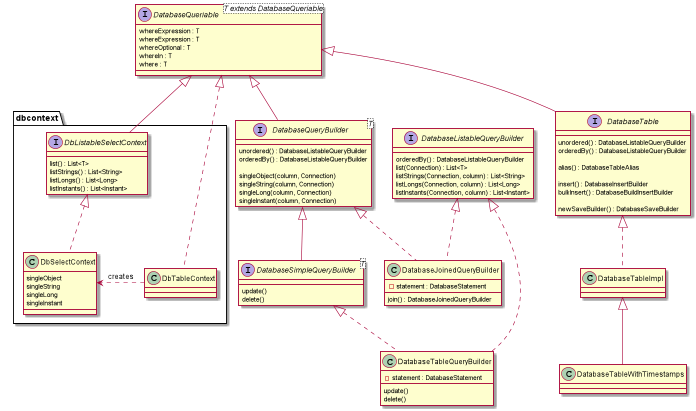
This is doc/classes.png from jhannes/fluent-jdbc, a PlantUML export, as it was before one commit.
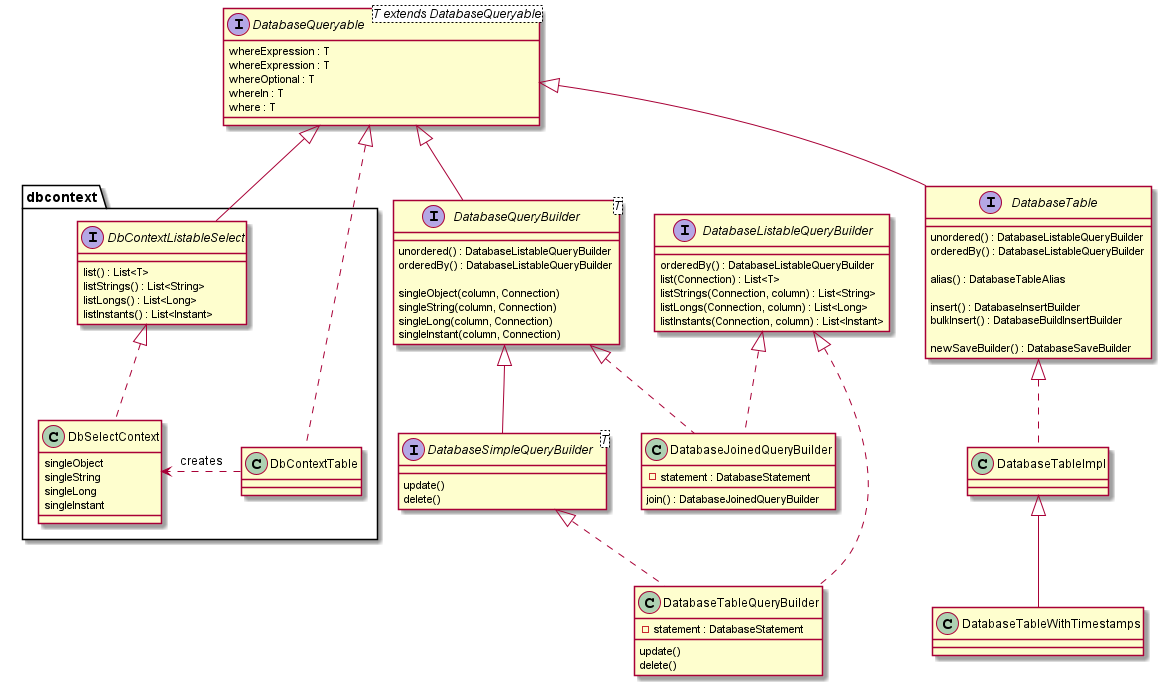
After the commit.

Commit message:
Regenerate class diagram

What changed in the source:
```diff
@@ -1,6 +1,6 @@
 @startuml
 
-interface DatabaseQueriable<T extends DatabaseQueriable> {
+interface DatabaseQueryable<T extends DatabaseQueryable> {
     whereExpression : T
     whereExpression : T
     whereOptional : T
@@ -8,7 +8,7 @@
     where : T
 }
 
-interface DatabaseQueryBuilder<T> extends DatabaseQueriable {
+interface DatabaseQueryBuilder<T> extends DatabaseQueryable {
     unordered() : DatabaseListableQueryBuilder
     orderedBy() : DatabaseListableQueryBuilder
 
@@ -23,7 +23,7 @@
     delete()
 }
 
-interface DatabaseTable extends DatabaseQueriable {
+interface DatabaseTable extends DatabaseQueryable {
    unordered() : DatabaseListableQueryBuilder
    orderedBy() : DatabaseListableQueryBuilder
 
@@ -63,23 +63,23 @@
 
 package dbcontext {
 
-    interface DbListableSelectContext extends DatabaseQueriable {
+    interface DbContextListableSelect extends DatabaseQueryable {
         list() : List<T>
         listStrings() : List<String>
         listLongs() : List<Long>
         listInstants() : List<Instant>
     }
 
-    class DbTableContext implements DatabaseQueriable {
+    class DbContextTable implements DatabaseQueryable {
     }
 
-    class DbSelectContext implements DbListableSelectContext {
+    class DbSelectContext implements DbContextListableSelect {
         singleObject
         singleString
         singleLong
         singleInstant
     }
 
-    DbTableContext .right.> DbSelectContext: creates
+    DbContextTable .right.> DbSelectContext: creates
 }
 @enduml
```
